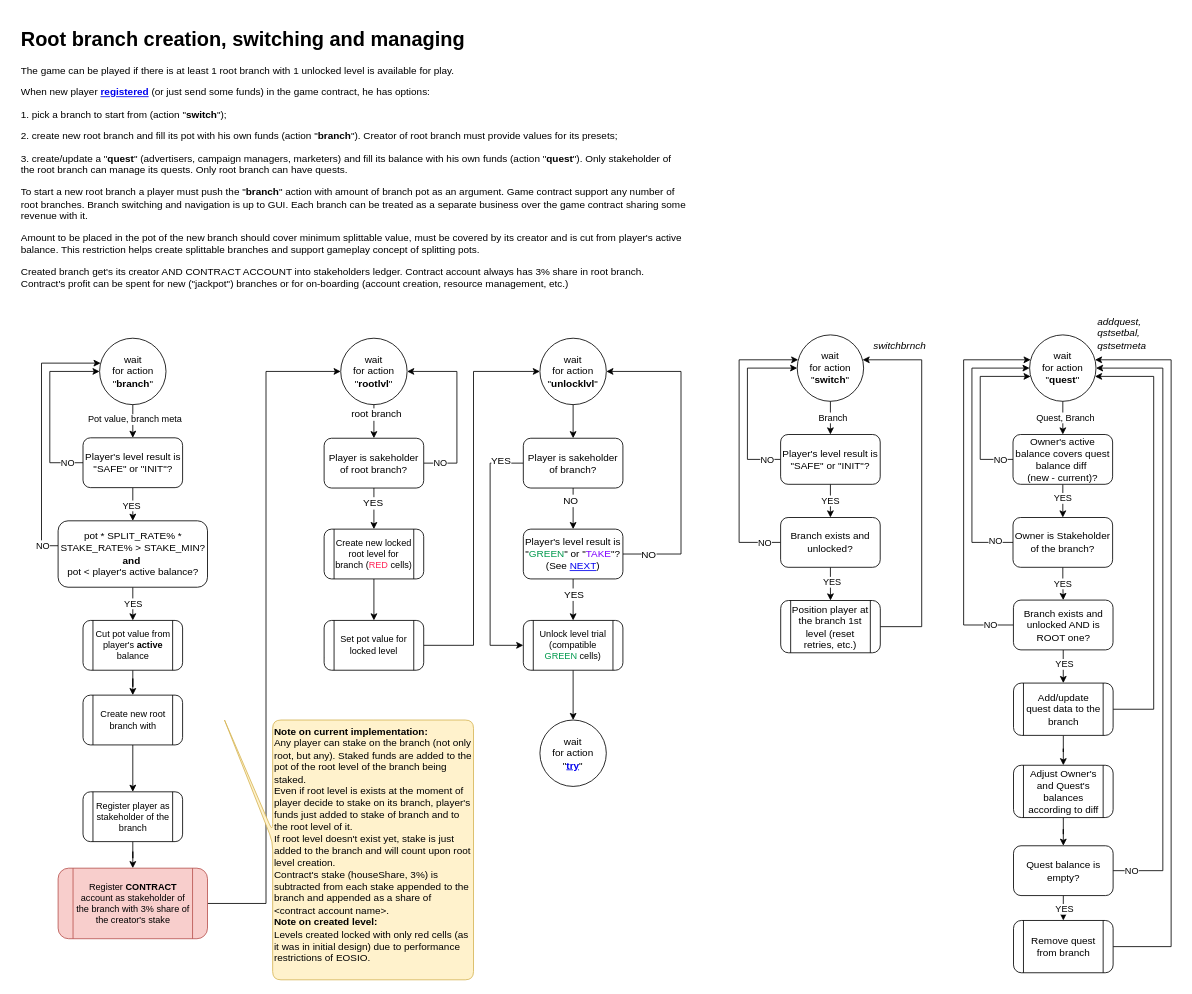
Before: page "branch" (4 of 14) of ia/WOFFLER IA.drawio in cptn-solo/woffler_contract, a draw.io diagram. Source tidied: cells renumbered, new cells numbered last; positions are measured from the earlier drawing's top-left corner, leaving out a move shared by most shapes. Both pictures are drawn from the tidied source at 83%, with x=0, y=0 at pixel (17, 22).
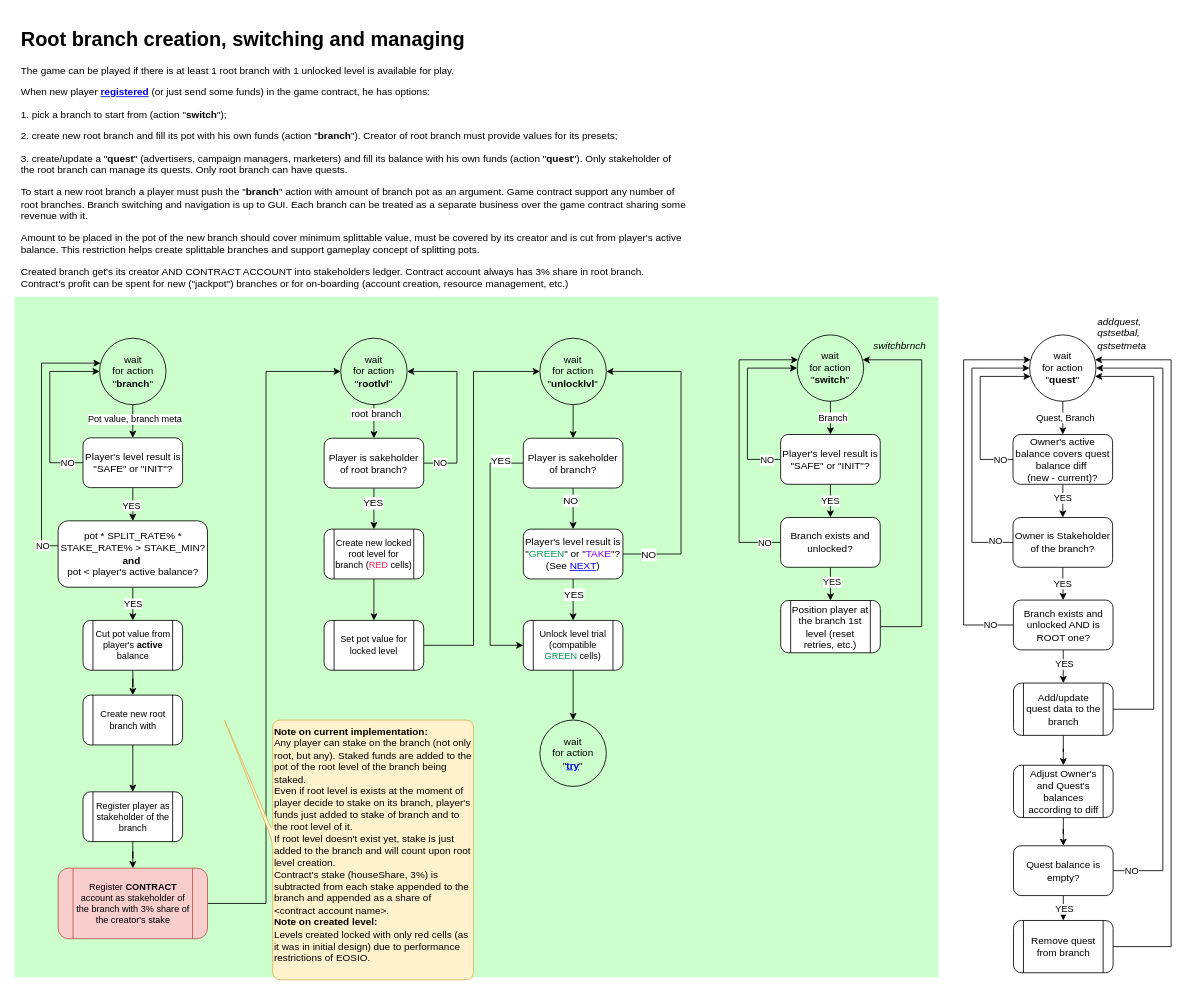
After the change.

Diff of the diagram source:
```diff
@@
+    <mxCell id="95" parent="0" />
+    <mxCell id="96" style="rounded=0;whiteSpace=wrap;html=1;rotation=0;strokeColor=none;fillColor=#CCFFCC;" parent="95" vertex="1">
+      <mxGeometry x="-3" y="330" width="1113" height="820" as="geometry" />
+    </mxCell>
```
